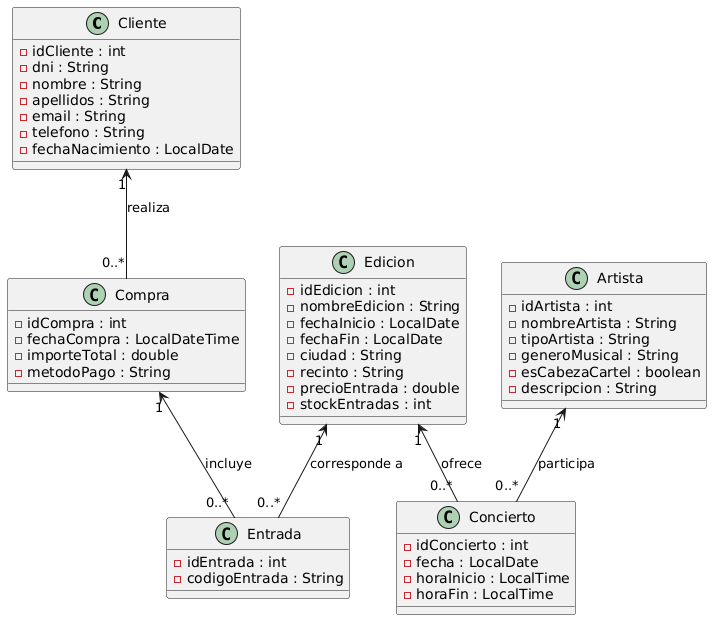
The PlantUML diagram diagrams/SoroFest-diagrama-clases.png in belenjs/sorofest-intermodular-daw, before a commit.
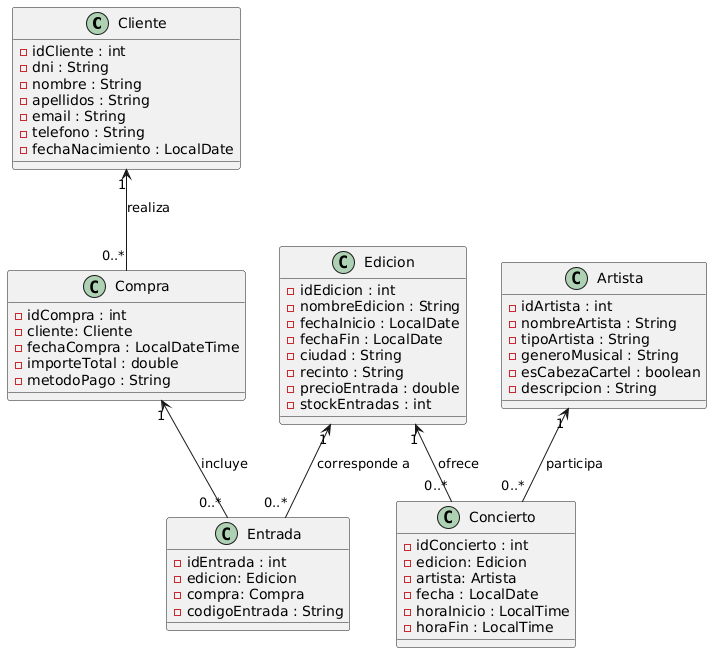
After the change.

Commit message:
fix: se agrega nueva imagen por modificaciones

Change to the diagram source:
```diff
@@ -11,6 +11,7 @@
 
 class Compra {
   - idCompra : int
+  - cliente: Cliente
   - fechaCompra : LocalDateTime
   - importeTotal : double
   - metodoPago : String
@@ -29,6 +30,8 @@
 
 class Entrada {
   - idEntrada : int
+  - edicion: Edicion
+  - compra: Compra
   - codigoEntrada : String
 }
 
@@ -43,6 +46,8 @@
 
 class Concierto {
   - idConcierto : int
+  - edicion: Edicion
+  - artista: Artista
   - fecha : LocalDate
   - horaInicio : LocalTime
   - horaFin : LocalTime
```
